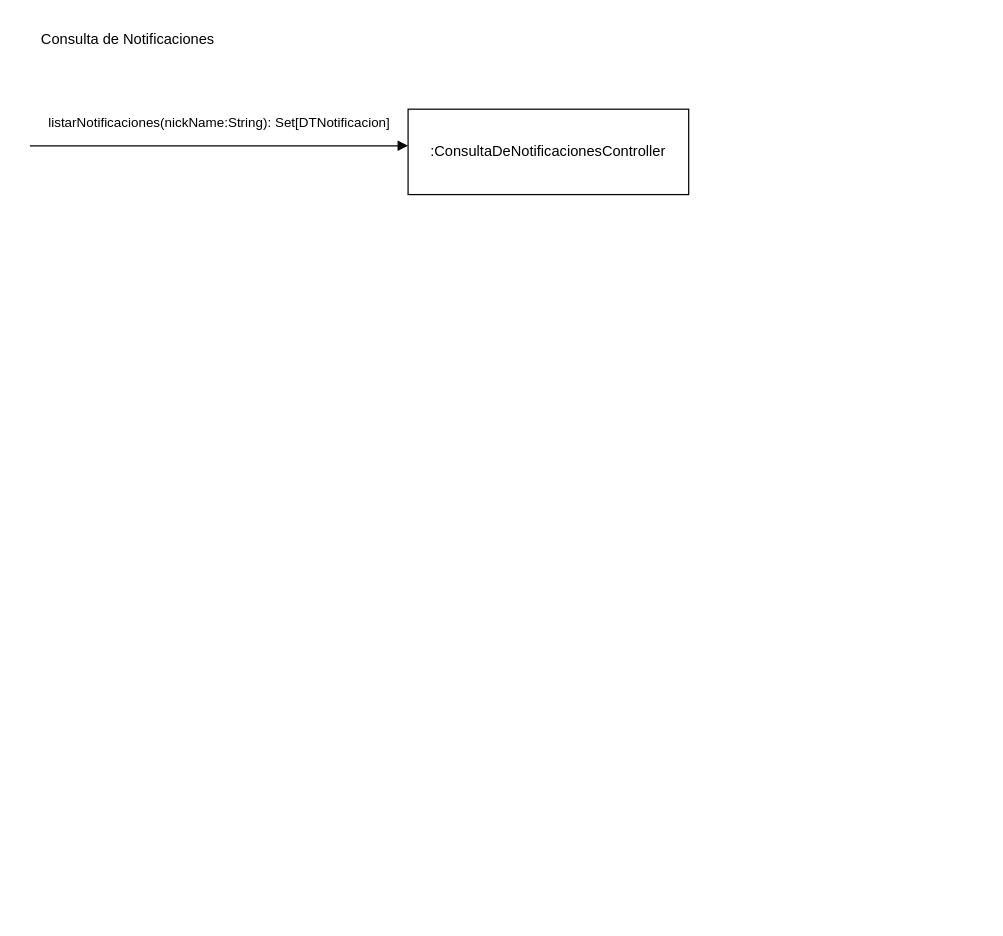
Above: diagramas/De Comunicacion/Consulta de notificaciones.drawio in ivan1arriola/Lab_Programacion4_2023 (draw.io), before the change. Source tidied: cells renumbered, new cells numbered last; positions are measured from the earlier drawing's top-left corner, leaving out a move shared by most shapes. Both pictures are drawn from the tidied source at 122%, with x=0, y=0 at pixel (23, 21).
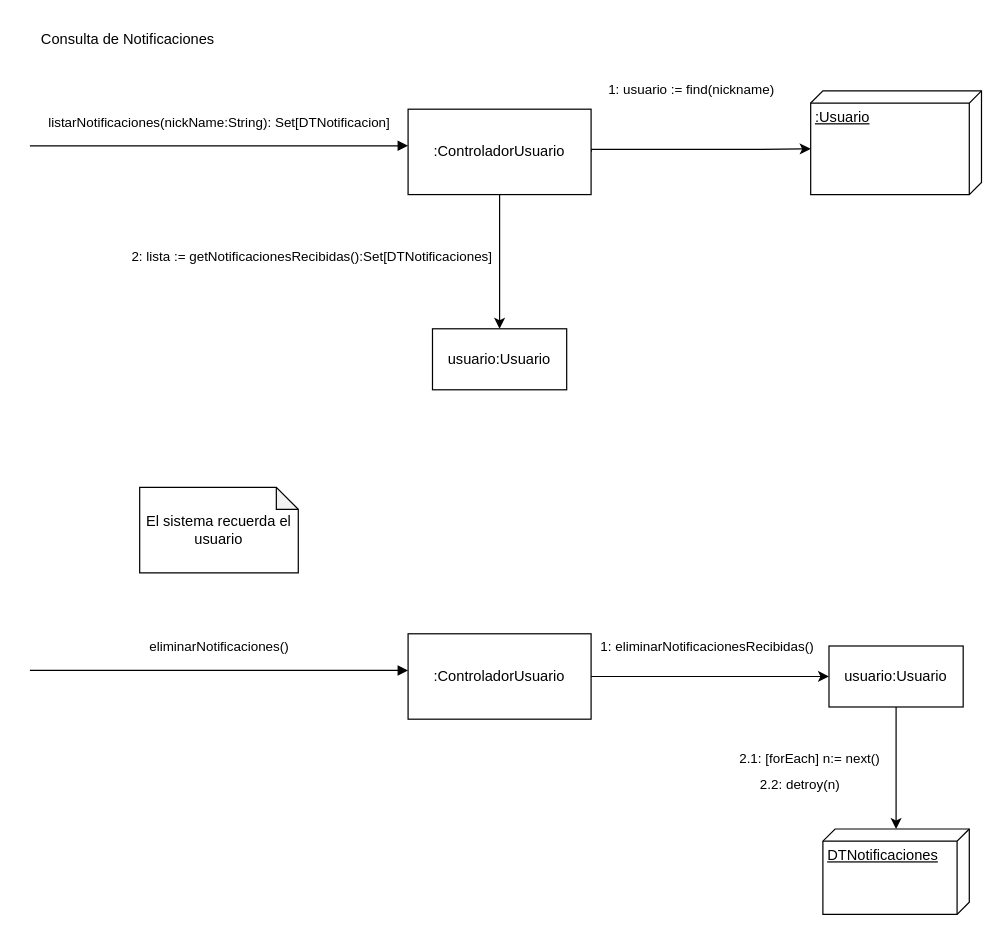
After the change.

The edit, as a diff of the source:
```diff
@@
+    <mxCell id="5" style="edgeStyle=orthogonalEdgeStyle;rounded=0;jettySize=auto;html=1;entryX=0;entryY=0;entryDx=47.5;entryDy=140;entryPerimeter=0;exitX=1;exitY=0.5;exitDx=0;exitDy=0;" parent="1" edge="1" source="4" target="9">
+      <mxGeometry relative="1" as="geometry">
+        <Array as="points">
+          <mxPoint x="465" y="105" />
+          <mxPoint x="605" y="105" />
+        </Array>
+      </mxGeometry>
+    </mxCell>
+    <mxCell id="6" value="1: usuario := find(nickname)" style="edgeLabel;html=1;align=center;verticalAlign=middle;" parent="5" vertex="1">
+      <mxGeometry x="-0.25" y="2" relative="1" as="geometry">
+        <mxPoint x="15" y="-48" as="offset" />
+      </mxGeometry>
+    </mxCell>
+    <mxCell id="7" style="edgeStyle=orthogonalEdgeStyle;rounded=0;jettySize=auto;html=1;entryX=0.5;entryY=0;entryDx=0;entryDy=0;" parent="1" edge="1" source="4" target="10">
+      <mxGeometry relative="1" as="geometry">
+        <Array as="points">
+          <mxPoint x="390" y="222" />
+          <mxPoint x="390" y="222" />
+        </Array>
+      </mxGeometry>
+    </mxCell>
+    <mxCell id="8" value="2: lista := getNotificacionesRecibidas():Set[DTNotificaciones]" style="edgeLabel;html=1;align=center;verticalAlign=middle;rotation=0;" parent="7" vertex="1">
+      <mxGeometry x="-0.16" y="2" relative="1" as="geometry">
+        <mxPoint x="-157" y="4" as="offset" />
+      </mxGeometry>
+    </mxCell>
-    <mxCell id="4" value=":ConsultaDeNotificacionesController" style="html=1;whiteSpace=wrap;" parent="1" vertex="1">
-      <mxGeometry x="315" y="72" width="230" height="70" as="geometry" />
+    <mxCell id="4" value=":ControladorUsuario" style="html=1;whiteSpace=wrap;" parent="1" vertex="1">
+      <mxGeometry x="315" y="72" width="150" height="70" as="geometry" />
     </mxCell>
+    <mxCell id="9" value=":Usuario" style="verticalAlign=top;align=left;spacingTop=8;spacingLeft=2;spacingRight=12;shape=cube;size=10;direction=south;fontStyle=4;html=1;whiteSpace=wrap;" parent="1" vertex="1">
+      <mxGeometry x="645" y="57" width="140" height="85" as="geometry" />
+    </mxCell>
+    <mxCell id="10" value="usuario:Usuario" style="html=1;whiteSpace=wrap;" parent="1" vertex="1">
+      <mxGeometry x="335" y="252" width="110" height="50" as="geometry" />
+    </mxCell>
+    <mxCell id="11" value="eliminarNotificaciones()" style="html=1;verticalAlign=bottom;endArrow=block;edgeStyle=elbowEdgeStyle;elbow=vertical;curved=0;rounded=0;" parent="1" edge="1" target="14">
+      <mxGeometry y="10" relative="1" as="geometry">
+        <mxPoint x="5" y="532" as="sourcePoint" />
+      </mxGeometry>
+    </mxCell>
+    <mxCell id="12" style="edgeStyle=orthogonalEdgeStyle;rounded=0;jettySize=auto;html=1;entryX=0;entryY=0.5;entryDx=0;entryDy=0;" parent="1" edge="1" source="14" target="18">
+      <mxGeometry relative="1" as="geometry" />
+    </mxCell>
+    <mxCell id="13" value="1: eliminarNotificacionesRecibidas()" style="edgeLabel;html=1;align=center;verticalAlign=middle;" parent="12" vertex="1">
+      <mxGeometry x="-0.14" y="-2" relative="1" as="geometry">
+        <mxPoint x="10" y="-27" as="offset" />
+      </mxGeometry>
+    </mxCell>
+    <mxCell id="14" value=":ControladorUsuario" style="html=1;whiteSpace=wrap;" parent="1" vertex="1">
+      <mxGeometry x="315" y="502" width="150" height="70" as="geometry" />
+    </mxCell>
+    <mxCell id="15" style="edgeStyle=orthogonalEdgeStyle;rounded=0;jettySize=auto;html=1;" parent="1" edge="1" source="18" target="20">
+      <mxGeometry relative="1" as="geometry" />
+    </mxCell>
+    <mxCell id="16" value="2.1: [forEach] n:= next()" style="edgeLabel;html=1;align=center;verticalAlign=middle;" parent="15" vertex="1">
+      <mxGeometry x="0.29" y="-1" relative="1" as="geometry">
+        <mxPoint x="-71" y="-24" as="offset" />
+      </mxGeometry>
+    </mxCell>
+    <mxCell id="17" value="2.2: detroy(n)" style="edgeLabel;html=1;align=center;verticalAlign=middle;" parent="15" vertex="1">
+      <mxGeometry x="0.26" y="-1" relative="1" as="geometry">
+        <mxPoint x="-79" as="offset" />
+      </mxGeometry>
+    </mxCell>
+    <mxCell id="18" value="usuario:Usuario" style="html=1;whiteSpace=wrap;" parent="1" vertex="1">
+      <mxGeometry x="660" y="512" width="110" height="50" as="geometry" />
+    </mxCell>
+    <mxCell id="19" value="El sistema recuerda el usuario" style="shape=note;whiteSpace=wrap;html=1;backgroundOutline=1;darkOpacity=0.05;size=18;" parent="1" vertex="1">
+      <mxGeometry x="95" y="382" width="130" height="70" as="geometry" />
+    </mxCell>
+    <mxCell id="20" value="DTNotificaciones" style="verticalAlign=top;align=left;spacingTop=8;spacingLeft=2;spacingRight=12;shape=cube;size=10;direction=south;fontStyle=4;html=1;whiteSpace=wrap;" parent="1" vertex="1">
+      <mxGeometry x="655" y="662" width="120" height="70" as="geometry" />
+    </mxCell>
```
